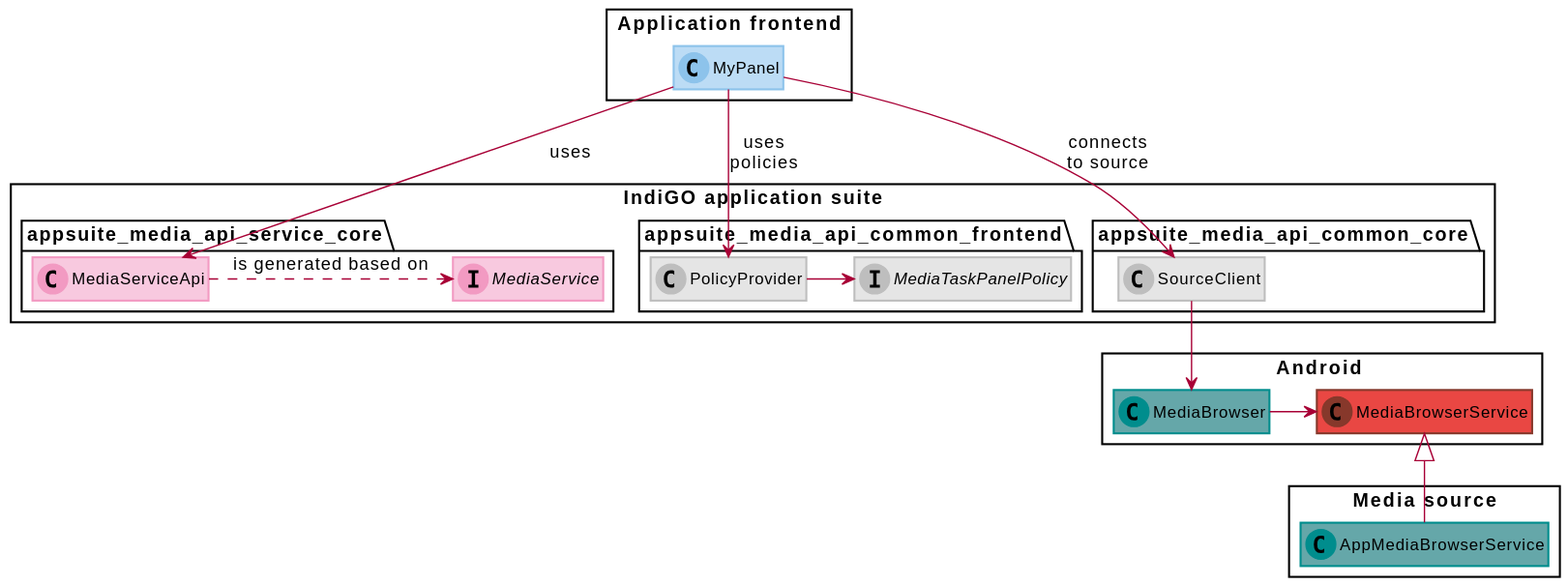
The PlantUML diagram docs/portal/src/documentation/development/platform-domains/images/media_domain-detailed-overview.svg in IngoHaumann-TomTom/tomtom-digital-cockpit-sdk-examples, before a commit.
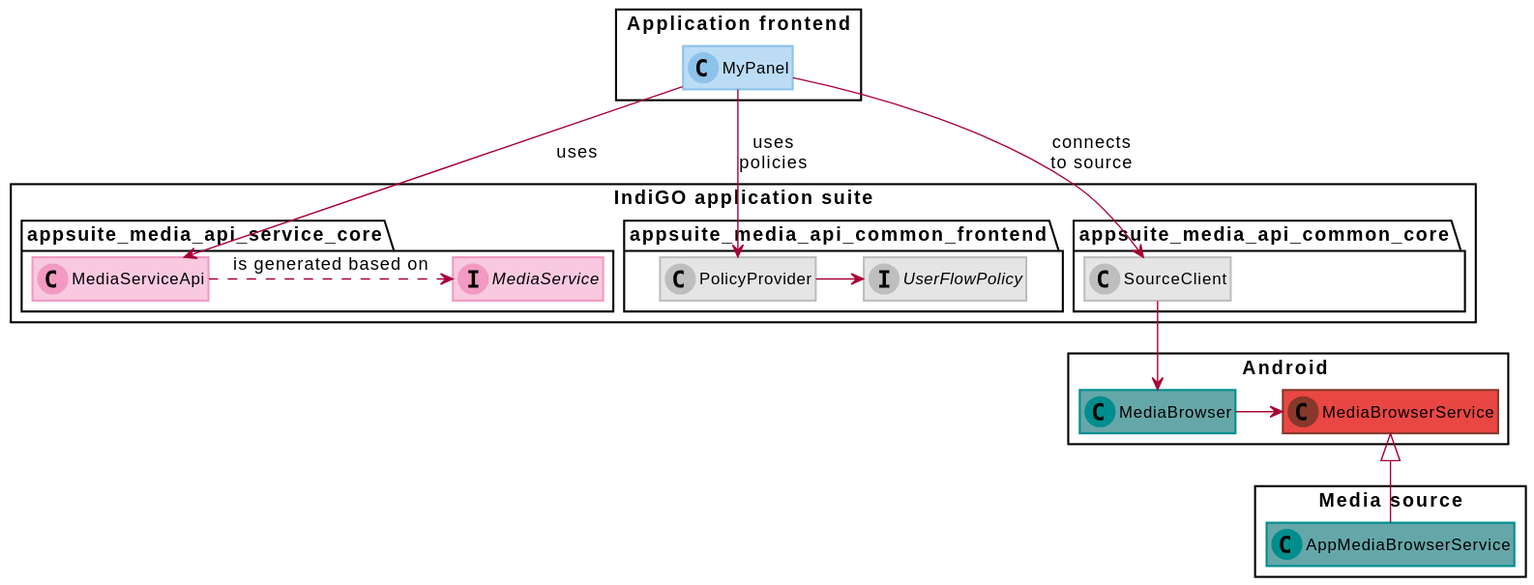
The same file after the commit.

The edit, as a diff of the source:
```diff
@@ -18,7 +18,7 @@
 
     package "appsuite_media_api_common_frontend" {
         class PolicyProvider<<Api>>
-        interface MediaTaskPanelPolicy<<Api>>
+        interface UserFlowPolicy<<Api>>
     }
 }
 
@@ -33,7 +33,7 @@
 
 MyPanel --> SourceClient : connects\nto source
 MyPanel --> PolicyProvider : uses\npolicies
-PolicyProvider -> MediaTaskPanelPolicy
+PolicyProvider -> UserFlowPolicy
 MyPanel -> MediaServiceApi : uses
 SourceClient --> MediaBrowser
 MediaBrowser -right-> MediaBrowserService
```
